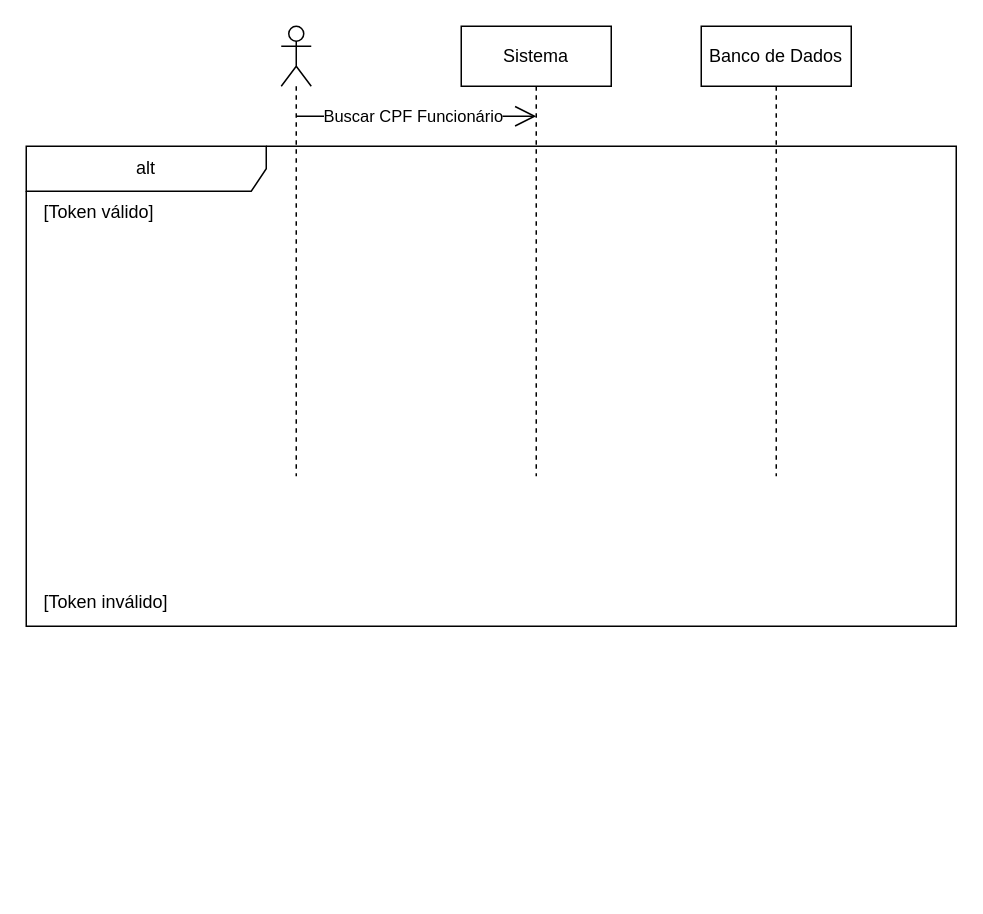
Above: page "Buscar CPF Funcionário" (18 of 22) of diagramas/sequencias.drawio in lauraesilva-design/SistemaGest-o-Escolar (draw.io), before the change. Source tidied: cells renumbered, new cells numbered last; positions are measured from the earlier drawing's top-left corner, leaving out a move shared by most shapes. Both pictures are drawn from the tidied source at 150%, with x=0, y=0 at pixel (26, 26).
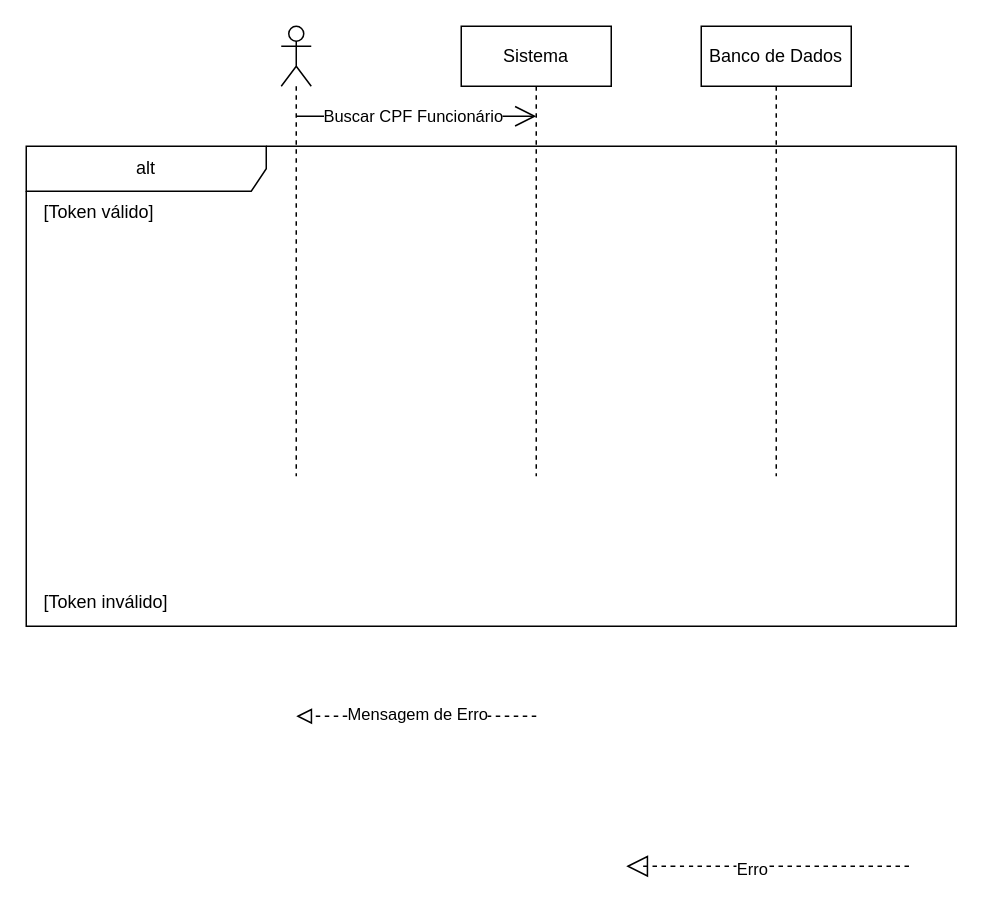
Above is the later version.

The edit, as a diff of the source:
```diff
@@
+    <mxCell id="10" style="endArrow=block;startArrow=none;endFill=0;startFill=0;endSize=8;html=1;verticalAlign=bottom;dashed=1;labelBackgroundColor=none;" parent="1" edge="1">
+      <mxGeometry relative="1" as="geometry">
+        <mxPoint x="340" y="460" as="sourcePoint" />
+        <mxPoint x="180" y="460" as="targetPoint" />
+      </mxGeometry>
+    </mxCell>
+    <mxCell id="11" value="Mensagem de Erro" style="edgeLabel;html=1;align=center;verticalAlign=middle;" parent="10" vertex="1">
+      <mxGeometry relative="1" as="geometry">
+        <mxPoint y="-2" as="offset" />
+      </mxGeometry>
+    </mxCell>
+    <mxCell id="12" style="endArrow=block;dashed=1;endFill=0;endSize=12;html=1;" parent="1" edge="1">
+      <mxGeometry relative="1" as="geometry">
+        <mxPoint x="588.5" y="560" as="sourcePoint" />
+        <mxPoint x="400" y="560" as="targetPoint" />
+        <Array as="points">
+          <mxPoint x="510.5" y="560" />
+          <mxPoint x="460" y="560" />
+          <mxPoint x="440" y="560" />
+          <mxPoint x="420" y="560" />
+          <mxPoint x="410" y="560" />
+        </Array>
+      </mxGeometry>
+    </mxCell>
+    <mxCell id="13" value="Erro" style="edgeLabel;html=1;align=center;verticalAlign=middle;" parent="12" vertex="1">
+      <mxGeometry x="0.06" y="1" relative="1" as="geometry">
+        <mxPoint x="-5" as="offset" />
+      </mxGeometry>
+    </mxCell>
```
